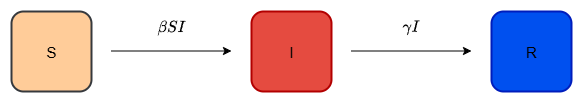
Above: Codes/Pic/SIR Model Scheme.drawio.png in mdsnpr/Epidemiology-Summer2025- (draw.io), before the change. Source tidied: cells renumbered, new cells last; positions are measured from the earlier drawing's top-left corner, leaving out a move shared by most shapes.
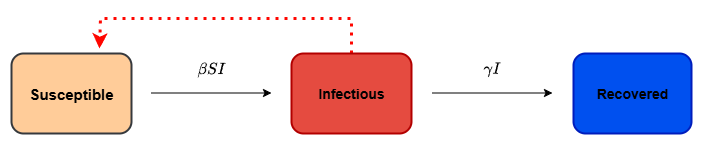
The same diagram one commit later.

Change to the diagram source:
```diff
@@ -2,41 +2,41 @@
   <root>
     <mxCell id="0" />
     <mxCell id="1" parent="0" />
-    <mxCell id="2" style="rounded=1;whiteSpace=wrap;html=1;fillColor=light-dark(#FFCC99,#115E0C);strokeColor=light-dark(#36393D,#FFFFFF);strokeWidth=2;" parent="1" vertex="1">
-      <mxGeometry width="80" height="80" as="geometry" />
-    </mxCell>
-    <mxCell id="3" style="endArrow=classic;html=1;rounded=0;exitX=1;exitY=0.5;exitDx=0;exitDy=0;" parent="1" edge="1">
-      <mxGeometry relative="1" as="geometry">
-        <mxPoint x="100" y="39.5" as="sourcePoint" />
-        <mxPoint x="220" y="39.5" as="targetPoint" />
-      </mxGeometry>
-    </mxCell>
-    <mxCell id="4" style="rounded=1;whiteSpace=wrap;html=1;fillColor=light-dark(#E54B40,#FF6450);fontColor=#ffffff;strokeColor=light-dark(#B20000,#FFFFFF);strokeWidth=2;" parent="1" vertex="1">
-      <mxGeometry x="240" width="80" height="80" as="geometry" />
-    </mxCell>
-    <mxCell id="5" style="rounded=1;whiteSpace=wrap;html=1;fillColor=light-dark(#0050EF,#4DB0FF);fontColor=#ffffff;strokeColor=light-dark(#001DBC,#FFFFFF);strokeWidth=2;" parent="1" vertex="1">
-      <mxGeometry x="480" width="80" height="80" as="geometry" />
-    </mxCell>
-    <mxCell id="6" style="endArrow=classic;html=1;rounded=0;exitX=1;exitY=0.5;exitDx=0;exitDy=0;" parent="1" edge="1">
-      <mxGeometry relative="1" as="geometry">
-        <mxPoint x="340" y="39.5" as="sourcePoint" />
-        <mxPoint x="460" y="39.5" as="targetPoint" />
-      </mxGeometry>
-    </mxCell>
+    <mxCell id="12" value="&lt;b&gt;&lt;font style=&quot;font-size: 15px;&quot;&gt;Susceptible&lt;/font&gt;&lt;/b&gt;" style="rounded=1;whiteSpace=wrap;html=1;fillColor=light-dark(#FFCC99,#115E0C);strokeColor=light-dark(#36393D,#FFFFFF);strokeWidth=2;" parent="1" vertex="1">
+      <mxGeometry x="340" y="155" width="120" height="80" as="geometry" />
+    </mxCell>
+    <mxCell id="13" style="endArrow=classic;html=1;rounded=0;exitX=1;exitY=0.5;exitDx=0;exitDy=0;" parent="1" edge="1">
+      <mxGeometry relative="1" as="geometry">
+        <mxPoint x="480" y="194.5" as="sourcePoint" />
+        <mxPoint x="600" y="194.5" as="targetPoint" />
+      </mxGeometry>
+    </mxCell>
+    <mxCell id="14" style="edgeStyle=orthogonalEdgeStyle;rounded=0;jettySize=auto;html=1;exitX=0.5;exitY=0;exitDx=0;exitDy=0;dashed=1;dashPattern=1 2;strokeColor=#FF0600;strokeWidth=3;" parent="1" edge="1" source="15">
+      <mxGeometry relative="1" as="geometry">
+        <mxPoint x="428" y="150" as="targetPoint" />
+        <Array as="points">
+          <mxPoint x="680" y="120" />
+          <mxPoint x="429" y="120" />
+        </Array>
+      </mxGeometry>
+    </mxCell>
+    <mxCell id="15" value="&lt;b&gt;&lt;font style=&quot;font-size: 14px; color: rgb(0, 0, 0);&quot;&gt;Infectious&lt;/font&gt;&lt;/b&gt;" style="rounded=1;whiteSpace=wrap;html=1;fillColor=light-dark(#E54B40,#FF6450);fontColor=#ffffff;strokeColor=light-dark(#B20000,#FFFFFF);strokeWidth=2;" parent="1" vertex="1">
+      <mxGeometry x="620" y="155" width="120" height="80" as="geometry" />
+    </mxCell>
+    <mxCell id="16" value="&lt;font style=&quot;color: rgb(0, 0, 0); font-size: 14px;&quot;&gt;&lt;b style=&quot;&quot;&gt;Recovered&lt;/b&gt;&lt;/font&gt;" style="rounded=1;whiteSpace=wrap;html=1;fillColor=light-dark(#0050EF,#4DB0FF);fontColor=#ffffff;strokeColor=light-dark(#001DBC,#FFFFFF);strokeWidth=2;" parent="1" vertex="1">
+      <mxGeometry x="902" y="155" width="118" height="80" as="geometry" />
+    </mxCell>
+    <mxCell id="17" style="endArrow=classic;html=1;rounded=0;exitX=1;exitY=0.5;exitDx=0;exitDy=0;" parent="1" edge="1">
+      <mxGeometry relative="1" as="geometry">
+        <mxPoint x="761" y="194.5" as="sourcePoint" />
+        <mxPoint x="881" y="194.5" as="targetPoint" />
+      </mxGeometry>
+    </mxCell>
     <mxCell id="7" value="&lt;div&gt;&lt;div&gt;&lt;div&gt;&lt;font style=&quot;font-size: 14px;&quot;&gt;\(\beta S I\)&lt;/font&gt;&lt;/div&gt;&lt;/div&gt;&lt;/div&gt;" style="text;strokeColor=none;align=center;fillColor=none;html=1;verticalAlign=middle;whiteSpace=wrap;rounded=0;" parent="1" vertex="1">
-      <mxGeometry x="130" width="60" height="30" as="geometry" />
+      <mxGeometry x="510" y="155" width="60" height="30" as="geometry" />
     </mxCell>
     <mxCell id="8" value="&lt;div&gt;&lt;div&gt;&lt;div&gt;&lt;font style=&quot;font-size: 14px;&quot;&gt;\(\gamma I\)&lt;/font&gt;&lt;/div&gt;&lt;/div&gt;&lt;/div&gt;" style="text;strokeColor=none;align=center;fillColor=none;html=1;verticalAlign=middle;whiteSpace=wrap;rounded=0;" parent="1" vertex="1">
-      <mxGeometry x="370" width="60" height="30" as="geometry" />
+      <mxGeometry x="791" y="155" width="60" height="30" as="geometry" />
     </mxCell>
-    <mxCell id="9" value="&lt;font style=&quot;font-size: 15px;&quot;&gt;S&lt;/font&gt;" style="text;strokeColor=none;align=center;fillColor=none;html=1;verticalAlign=middle;whiteSpace=wrap;rounded=0;" parent="1" vertex="1">
-      <mxGeometry x="10" y="25" width="60" height="30" as="geometry" />
-    </mxCell>
-    <mxCell id="10" value="&lt;font style=&quot;font-size: 15px;&quot;&gt;I&lt;/font&gt;" style="text;strokeColor=none;align=center;fillColor=none;html=1;verticalAlign=middle;whiteSpace=wrap;rounded=0;" parent="1" vertex="1">
-      <mxGeometry x="250" y="25" width="60" height="30" as="geometry" />
-    </mxCell>
-    <mxCell id="11" value="&lt;font style=&quot;font-size: 15px;&quot;&gt;R&lt;/font&gt;" style="text;strokeColor=none;align=center;fillColor=none;html=1;verticalAlign=middle;whiteSpace=wrap;rounded=0;" parent="1" vertex="1">
-      <mxGeometry x="490" y="25" width="60" height="30" as="geometry" />
-    </mxCell>
   </root>
 </mxGraphModel>
```
